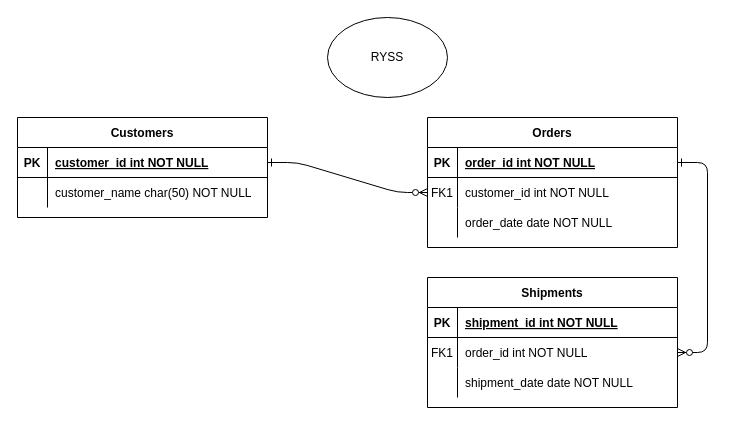
Earlier version of the draw.io diagram Ryss_lms_register.drawio (abhirock74/draw.io). Source tidied: cells renumbered, new cells numbered last; positions are measured from the earlier drawing's top-left corner, leaving out a move shared by most shapes. Both pictures are drawn from the tidied source at 100%, with x=0, y=0 at pixel (17, 17).
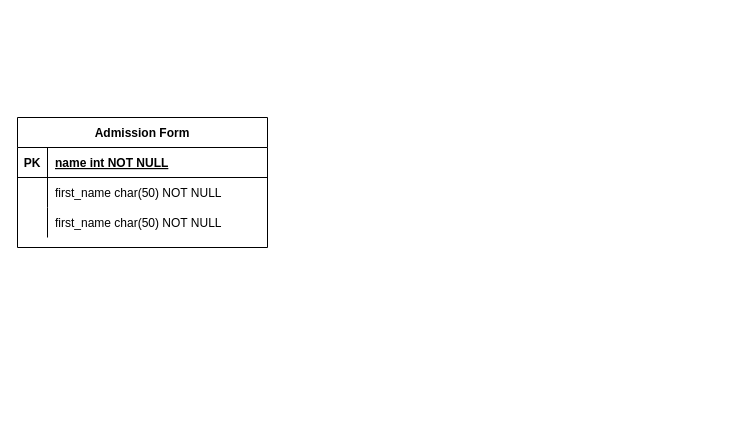
Above is the later version.

Unchanged cells that the change refers to:
```xml
<mxCell id="25" style="shape=partialRectangle;fillColor=none;points=[[0,0.5],[1,0.5]];portConstraint=eastwest;top=0;left=0;right=0;bottom=1;" parent="24" vertex="1">
  <mxGeometry y="30" width="250" height="30" as="geometry" />
</mxCell>
<mxCell id="28" style="shape=partialRectangle;fillColor=none;top=0;left=0;right=0;bottom=0;" parent="24" vertex="1">
  <mxGeometry y="60" width="250" height="30" as="geometry" />
</mxCell>
```

Change to the diagram source:
```diff
@@
-    <mxCell id="2" style="edgeStyle=entityRelationEdgeStyle;endArrow=ERzeroToMany;startArrow=ERone;endFill=1;startFill=0;" parent="1" edge="1" source="25" target="8">
-      <mxGeometry relative="1" as="geometry" />
-    </mxCell>
-    <mxCell id="3" style="edgeStyle=entityRelationEdgeStyle;endArrow=ERzeroToMany;startArrow=ERone;endFill=1;startFill=0;" parent="1" edge="1" source="5" target="18">
-      <mxGeometry relative="1" as="geometry" />
-    </mxCell>
-    <mxCell id="4" value="Orders" style="shape=table;startSize=30;childLayout=tableLayout;rowLines=0;fontStyle=1;align=center;" parent="1" vertex="1">
-      <mxGeometry x="410" y="100" width="250" height="130" as="geometry" />
-    </mxCell>
-    <mxCell id="5" style="shape=partialRectangle;fillColor=none;points=[[0,0.5],[1,0.5]];portConstraint=eastwest;top=0;left=0;right=0;bottom=1;" parent="4" vertex="1">
-      <mxGeometry y="30" width="250" height="30" as="geometry" />
-    </mxCell>
-    <mxCell id="6" value="PK" style="shape=partialRectangle;overflow=hidden;fillColor=none;top=0;left=0;bottom=0;right=0;fontStyle=1;" parent="5" vertex="1">
-      <mxGeometry width="30" height="30" as="geometry" />
-    </mxCell>
-    <mxCell id="7" value="order_id int NOT NULL " style="shape=partialRectangle;overflow=hidden;fillColor=none;top=0;left=0;bottom=0;right=0;align=left;spacingLeft=6;fontStyle=5;" parent="5" vertex="1">
-      <mxGeometry x="30" width="220" height="30" as="geometry" />
-    </mxCell>
-    <mxCell id="8" style="shape=partialRectangle;fillColor=none;points=[[0,0.5],[1,0.5]];portConstraint=eastwest;top=0;left=0;right=0;bottom=0;" parent="4" vertex="1">
-      <mxGeometry y="60" width="250" height="30" as="geometry" />
-    </mxCell>
-    <mxCell id="9" value="FK1" style="shape=partialRectangle;overflow=hidden;fillColor=none;top=0;left=0;bottom=0;right=0;" parent="8" vertex="1">
-      <mxGeometry width="30" height="30" as="geometry" />
-    </mxCell>
-    <mxCell id="10" value="customer_id int NOT NULL" style="shape=partialRectangle;overflow=hidden;fillColor=none;top=0;left=0;bottom=0;right=0;align=left;spacingLeft=6;" parent="8" vertex="1">
-      <mxGeometry x="30" width="220" height="30" as="geometry" />
-    </mxCell>
-    <mxCell id="11" style="shape=partialRectangle;fillColor=none;top=0;left=0;right=0;bottom=0;" parent="4" vertex="1">
-      <mxGeometry y="90" width="250" height="30" as="geometry" />
-    </mxCell>
-    <mxCell id="12" style="shape=partialRectangle;overflow=hidden;fillColor=none;top=0;left=0;bottom=0;right=0;" parent="11" vertex="1">
-      <mxGeometry width="30" height="30" as="geometry" />
-    </mxCell>
-    <mxCell id="13" value="order_date date NOT NULL" style="shape=partialRectangle;overflow=hidden;fillColor=none;top=0;left=0;bottom=0;right=0;align=left;spacingLeft=6;" parent="11" vertex="1">
-      <mxGeometry x="30" width="220" height="30" as="geometry" />
-    </mxCell>
-    <mxCell id="14" value="Shipments" style="shape=table;startSize=30;childLayout=tableLayout;rowLines=0;fontStyle=1;align=center;" parent="1" vertex="1">
-      <mxGeometry x="410" y="260" width="250" height="130" as="geometry" />
-    </mxCell>
-    <mxCell id="15" style="shape=partialRectangle;fillColor=none;top=0;left=0;right=0;bottom=1;" parent="14" vertex="1">
-      <mxGeometry y="30" width="250" height="30" as="geometry" />
-    </mxCell>
-    <mxCell id="16" value="PK" style="shape=partialRectangle;overflow=hidden;fillColor=none;top=0;left=0;bottom=0;right=0;fontStyle=1;" parent="15" vertex="1">
-      <mxGeometry width="30" height="30" as="geometry" />
-    </mxCell>
-    <mxCell id="17" value="shipment_id int NOT NULL " style="shape=partialRectangle;overflow=hidden;fillColor=none;top=0;left=0;bottom=0;right=0;align=left;spacingLeft=6;fontStyle=5;" parent="15" vertex="1">
-      <mxGeometry x="30" width="220" height="30" as="geometry" />
-    </mxCell>
-    <mxCell id="18" style="shape=partialRectangle;fillColor=none;points=[[0,0.5],[1,0.5]];portConstraint=eastwest;top=0;left=0;right=0;bottom=0;" parent="14" vertex="1">
-      <mxGeometry y="60" width="250" height="30" as="geometry" />
-    </mxCell>
-    <mxCell id="19" value="FK1" style="shape=partialRectangle;overflow=hidden;fillColor=none;top=0;left=0;bottom=0;right=0;" parent="18" vertex="1">
-      <mxGeometry width="30" height="30" as="geometry" />
-    </mxCell>
-    <mxCell id="20" value="order_id int NOT NULL" style="shape=partialRectangle;overflow=hidden;fillColor=none;top=0;left=0;bottom=0;right=0;align=left;spacingLeft=6;" parent="18" vertex="1">
-      <mxGeometry x="30" width="220" height="30" as="geometry" />
-    </mxCell>
-    <mxCell id="21" style="shape=partialRectangle;fillColor=none;top=0;left=0;right=0;bottom=0;" parent="14" vertex="1">
-      <mxGeometry y="90" width="250" height="30" as="geometry" />
-    </mxCell>
-    <mxCell id="22" style="shape=partialRectangle;overflow=hidden;fillColor=none;top=0;left=0;bottom=0;right=0;" parent="21" vertex="1">
-      <mxGeometry width="30" height="30" as="geometry" />
-    </mxCell>
-    <mxCell id="23" value="shipment_date date NOT NULL" style="shape=partialRectangle;overflow=hidden;fillColor=none;top=0;left=0;bottom=0;right=0;align=left;spacingLeft=6;" parent="21" vertex="1">
-      <mxGeometry x="30" width="220" height="30" as="geometry" />
-    </mxCell>
-    <mxCell id="24" value="Customers" style="shape=table;startSize=30;childLayout=tableLayout;rowLines=0;fontStyle=1;align=center;" parent="1" vertex="1">
-      <mxGeometry y="100" width="250" height="100" as="geometry" />
+    <mxCell id="24" value="Admission Form" style="shape=table;startSize=30;childLayout=tableLayout;rowLines=0;fontStyle=1;align=center;" parent="1" vertex="1">
+      <mxGeometry y="100" width="250" height="130" as="geometry" />
     </mxCell>
@@
-    <mxCell id="27" value="customer_id int NOT NULL " style="shape=partialRectangle;overflow=hidden;fillColor=none;top=0;left=0;bottom=0;right=0;align=left;spacingLeft=6;fontStyle=5;" parent="25" vertex="1">
+    <mxCell id="27" value="name int NOT NULL " style="shape=partialRectangle;overflow=hidden;fillColor=none;top=0;left=0;bottom=0;right=0;align=left;spacingLeft=6;fontStyle=5;" parent="25" vertex="1">
       <mxGeometry x="30" width="220" height="30" as="geometry" />
     </mxCell>
@@
-    <mxCell id="30" value="customer_name char(50) NOT NULL" style="shape=partialRectangle;overflow=hidden;fillColor=none;top=0;left=0;bottom=0;right=0;align=left;spacingLeft=6;" parent="28" vertex="1">
+    <mxCell id="30" value="first_name char(50) NOT NULL" style="shape=partialRectangle;overflow=hidden;fillColor=none;top=0;left=0;bottom=0;right=0;align=left;spacingLeft=6;" parent="28" vertex="1">
       <mxGeometry x="30" width="220" height="30" as="geometry" />
     </mxCell>
-    <mxCell id="31" value="RYSS" style="ellipse;whiteSpace=wrap;html=1;" parent="1" vertex="1">
-      <mxGeometry x="310" width="120" height="80" as="geometry" />
-    </mxCell>
+    <mxCell id="32" style="shape=partialRectangle;fillColor=none;top=0;left=0;right=0;bottom=0;" parent="24" vertex="1">
+      <mxGeometry y="90" width="250" height="30" as="geometry" />
+    </mxCell>
+    <mxCell id="33" style="shape=partialRectangle;overflow=hidden;fillColor=none;top=0;left=0;bottom=0;right=0;" parent="32" vertex="1">
+      <mxGeometry width="30" height="30" as="geometry" />
+    </mxCell>
+    <mxCell id="34" value="first_name char(50) NOT NULL" style="shape=partialRectangle;overflow=hidden;fillColor=none;top=0;left=0;bottom=0;right=0;align=left;spacingLeft=6;" parent="32" vertex="1">
+      <mxGeometry x="30" width="220" height="30" as="geometry" />
+    </mxCell>
```
